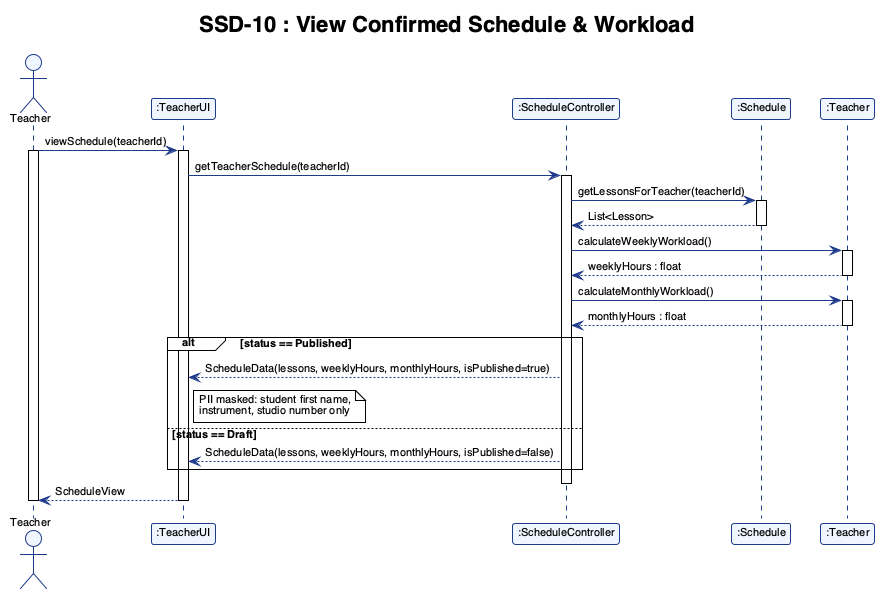
The PlantUML diagram report/assets/ssd_09.png in adoreblvnk/2001temp, before a commit.
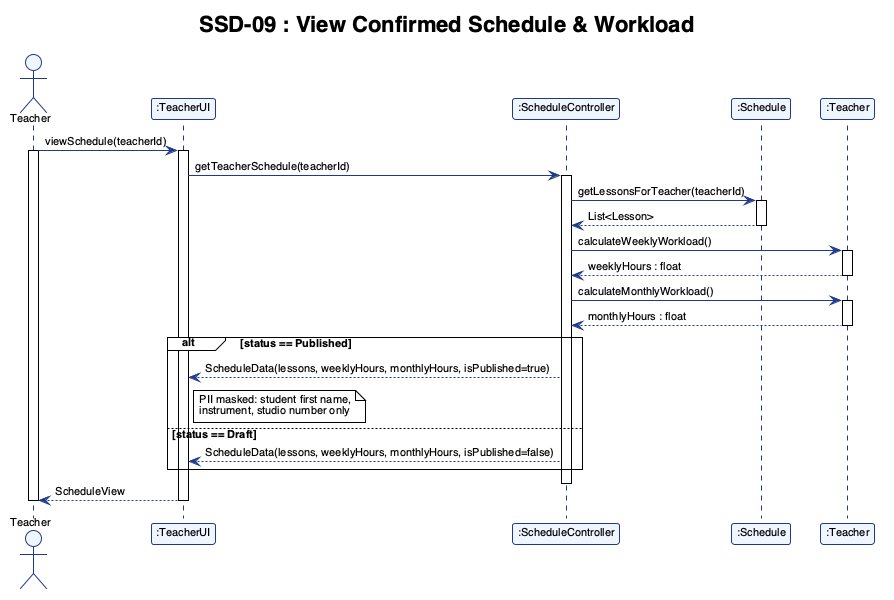
The same diagram one commit later.

The edit, as a diff of the source:
```diff
@@ -1,4 +1,4 @@
-@startuml ssd_10
+@startuml ssd_09
 !theme plain
 skinparam shadowing false
 skinparam defaultFontName "Helvetica", "Arial", sans-serif
@@ -13,7 +13,7 @@
     ActorBackgroundColor #EFF6FF
 }
 
-title SSD-10 : View Confirmed Schedule & Workload
+title SSD-09 : View Confirmed Schedule & Workload
 
 actor Teacher
 participant ":TeacherUI" as TeacherUI
```
